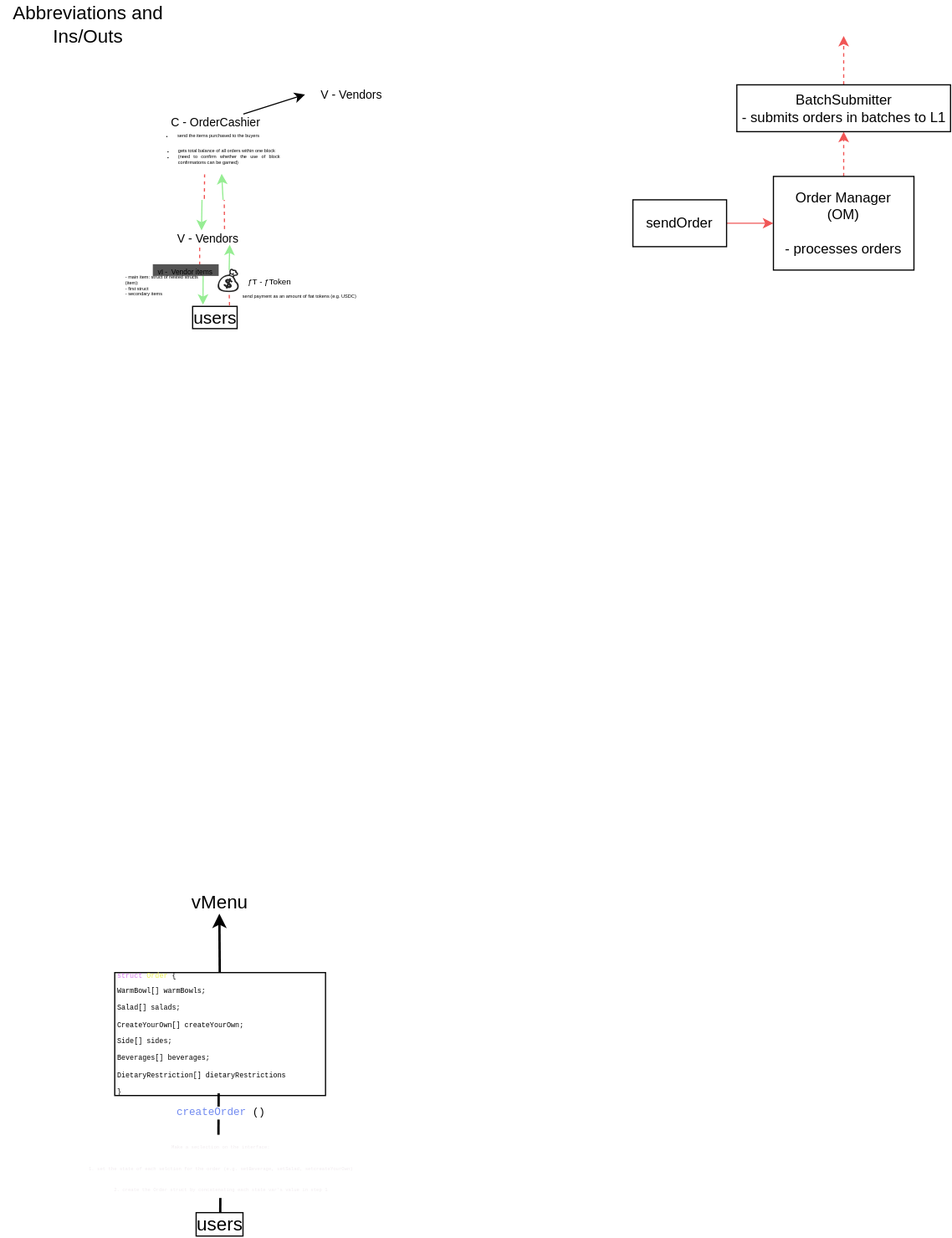
platocrat/ppos keeps this draw.io diagram as src/.drawio.svg. Above is the earlier version. Source tidied: cells renumbered, new cells last; positions are measured from the earlier drawing's top-left corner, leaving out a move shared by most shapes.
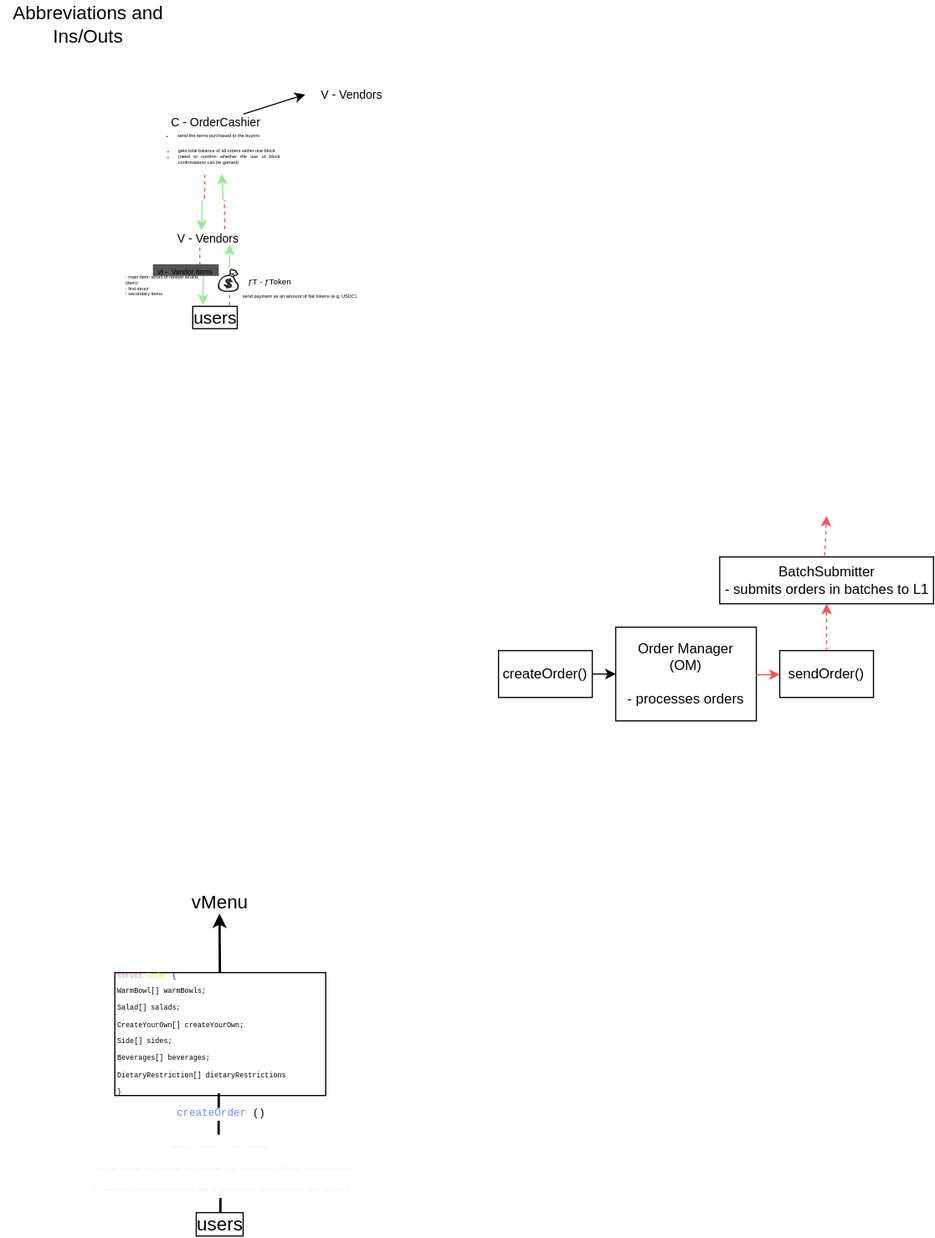
Above is the later version.

Change to the diagram source:
```diff
@@ -2,28 +2,24 @@
   <root>
     <mxCell id="0" />
     <mxCell id="1" parent="0" />
-    <mxCell id="2" style="edgeStyle=none;html=1;entryX=0;entryY=0.5;entryDx=0;entryDy=0;strokeColor=#F05656;" parent="1" edge="1" source="3" target="5">
-      <mxGeometry relative="1" as="geometry" />
-    </mxCell>
-    <mxCell id="3" value="sendOrder" style="rounded=0;whiteSpace=wrap;html=1;" parent="1" vertex="1">
-      <mxGeometry x="540" y="170" width="80" height="40" as="geometry" />
+    <mxCell id="3" value="sendOrder()" style="rounded=0;whiteSpace=wrap;html=1;" parent="1" vertex="1">
+      <mxGeometry x="665" y="555" width="80" height="40" as="geometry" />
     </mxCell>
-    <mxCell id="4" style="edgeStyle=none;curved=1;html=1;dashed=1;fontSize=6;endArrow=classic;endFill=1;strokeColor=#F05656;strokeWidth=1;" parent="1" edge="1" source="5" target="7">
-      <mxGeometry relative="1" as="geometry" />
+    <mxCell id="4" style="edgeStyle=none;curved=1;html=1;dashed=1;fontSize=6;endArrow=classic;endFill=1;strokeColor=#F05656;strokeWidth=1;" parent="1" edge="1" target="7">
+      <mxGeometry relative="1" as="geometry">
+        <mxPoint x="705" y="555" as="sourcePoint" />
+      </mxGeometry>
     </mxCell>
     <mxCell id="5" value="Order Manager&lt;br&gt;(OM)&lt;br&gt;&lt;br&gt;- processes orders" style="rounded=0;whiteSpace=wrap;html=1;" parent="1" vertex="1">
-      <mxGeometry x="660" y="150" width="120" height="80" as="geometry" />
+      <mxGeometry x="525" y="535" width="120" height="80" as="geometry" />
     </mxCell>
-    <mxCell id="6" style="edgeStyle=none;curved=1;html=1;dashed=1;fontSize=6;endArrow=classic;endFill=1;strokeColor=#F05656;strokeWidth=1;" parent="1" edge="1" source="7">
+    <mxCell id="6" style="edgeStyle=none;curved=1;html=1;dashed=1;fontSize=6;endArrow=classic;endFill=1;strokeColor=#F05656;strokeWidth=1;exitX=0.491;exitY=-0.029;exitDx=0;exitDy=0;exitPerimeter=0;" parent="1" edge="1" source="7">
       <mxGeometry relative="1" as="geometry">
-        <mxPoint x="720" y="30" as="targetPoint" />
-        <Array as="points">
-          <mxPoint x="720" y="40" />
-        </Array>
+        <mxPoint x="705" y="440" as="targetPoint" />
       </mxGeometry>
     </mxCell>
     <mxCell id="7" value="BatchSubmitter&lt;br&gt;- submits orders in batches to L1" style="rounded=0;whiteSpace=wrap;html=1;" parent="1" vertex="1">
-      <mxGeometry x="628.8" y="71.8" width="182.5" height="40" as="geometry" />
+      <mxGeometry x="613.8" y="475" width="182.5" height="40" as="geometry" />
     </mxCell>
     <mxCell id="8" value="&lt;font style=&quot;font-size: 16px&quot;&gt;Abbreviations and Ins/Outs&lt;/font&gt;" style="text;html=1;strokeColor=none;fillColor=none;align=center;verticalAlign=middle;whiteSpace=wrap;rounded=0;fontSize=16;" parent="1" vertex="1">
       <mxGeometry width="150" height="40" as="geometry" />
@@ -124,10 +120,19 @@
         <mxPoint x="1" y="-8" as="offset" />
       </mxGeometry>
     </mxCell>
-    <mxCell id="35" value="&lt;font color=&quot;#f0ebee&quot;&gt;&lt;span style=&quot;font-size: 4px&quot;&gt;Make a seclection on the interface:&lt;br&gt;1. set the state of each selction for the order (e.g. setBeverage, setSalad, setcreateYourOwn)&lt;br&gt;2. create the Order struct by concatenating each state var's value in step 1&amp;nbsp;&lt;br&gt;&lt;/span&gt;&lt;/font&gt;" style="edgeStyle=none;html=1;fontFamily=Courier New;fontSize=15;fontColor=#EBF056;strokeWidth=2;endArrow=none;endFill=0;" parent="1" edge="1" source="30">
+    <mxCell id="35" value="&lt;font color=&quot;#f0ebee&quot;&gt;&lt;span style=&quot;font-size: 4px&quot;&gt;Make a seclection on the interface:&lt;br&gt;1. set the state of each selction for the order (e.g. setBeverage, setSalad, setcreateYourOwn)&lt;br&gt;2. create the Order struct on the UI side by concatenating each state var's value in step 1&amp;nbsp;&lt;br&gt;&lt;/span&gt;&lt;/font&gt;" style="edgeStyle=none;html=1;fontFamily=Courier New;fontSize=15;fontColor=#EBF056;strokeWidth=2;endArrow=none;endFill=0;" parent="1" edge="1" source="30">
       <mxGeometry x="0.45" relative="1" as="geometry">
         <mxPoint x="188" y="980" as="targetPoint" />
       </mxGeometry>
     </mxCell>
+    <mxCell id="36" style="edgeStyle=none;html=1;" parent="1" edge="1" source="37" target="5">
+      <mxGeometry relative="1" as="geometry" />
+    </mxCell>
+    <mxCell id="37" value="createOrder()" style="rounded=0;whiteSpace=wrap;html=1;" parent="1" vertex="1">
+      <mxGeometry x="425" y="555" width="80" height="40" as="geometry" />
+    </mxCell>
+    <mxCell id="38" style="edgeStyle=none;curved=1;html=1;fontSize=6;endArrow=classic;endFill=1;strokeColor=#F05656;strokeWidth=1;exitX=0.999;exitY=0.508;exitDx=0;exitDy=0;exitPerimeter=0;" parent="1" edge="1" source="5" target="3">
+      <mxGeometry relative="1" as="geometry" />
+    </mxCell>
   </root>
 </mxGraphModel>
```
